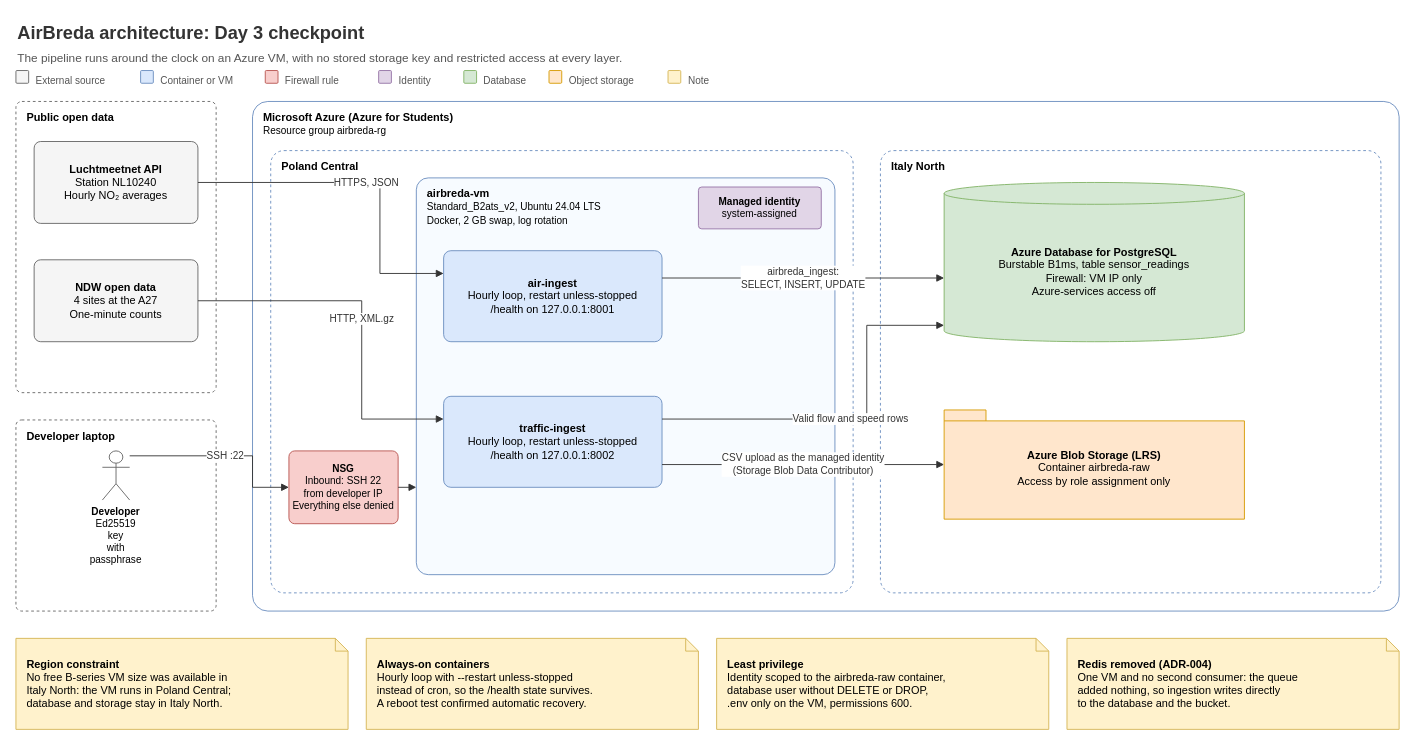
This is docs/diagrams/architecture-day3.drawio from RayaKichukova241329/airbreda, a draw.io file, before an edit. Source tidied: cells renumbered, new cells numbered last; positions are measured from the earlier drawing's top-left corner, leaving out a move shared by most shapes. Both pictures are drawn from the tidied source at 91%, with x=0, y=0 at pixel (15, 15).
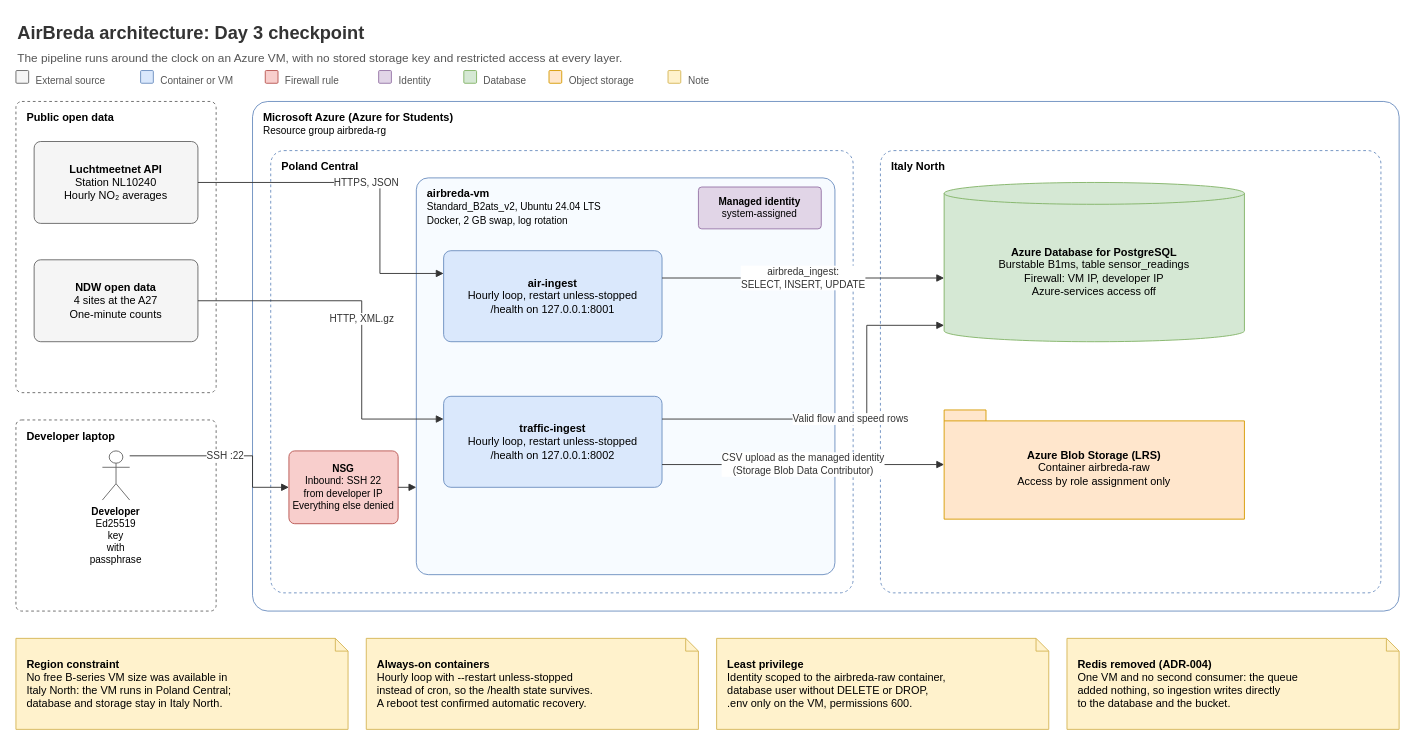
Above is the later version.

What changed in the source:
```diff
@@
-    <mxCell id="31" value="&lt;b&gt;Azure Database for PostgreSQL&lt;/b&gt;&lt;br&gt;Burstable B1ms, table sensor_readings&lt;br&gt;Firewall: VM IP only&lt;br&gt;Azure-services access off" style="shape=cylinder3;boundedLbl=1;backgroundOutline=1;size=12;whiteSpace=wrap;html=1;fontFamily=Helvetica;fontSize=12;fillColor=#d5e8d4;strokeColor=#82b366;strokeWidth=1;align=center;verticalAlign=middle;" parent="1" vertex="1">
+    <mxCell id="31" value="&lt;b&gt;Azure Database for PostgreSQL&lt;/b&gt;&lt;br&gt;Burstable B1ms, table sensor_readings&lt;br&gt;Firewall: VM IP, developer IP&lt;br&gt;Azure-services access off" style="shape=cylinder3;boundedLbl=1;backgroundOutline=1;size=12;whiteSpace=wrap;html=1;fontFamily=Helvetica;fontSize=12;fillColor=#d5e8d4;strokeColor=#82b366;strokeWidth=1;align=center;verticalAlign=middle;" parent="1" vertex="1">
       <mxGeometry x="1020" y="183" width="330" height="175" as="geometry" />
     </mxCell>
```
